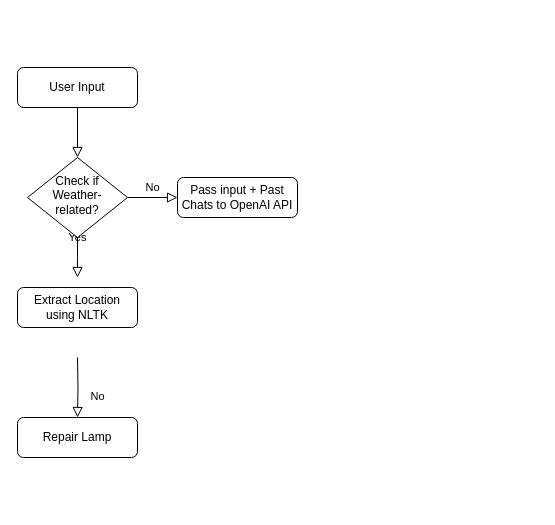
Above: Chatbot.drawio in Ashwinpillai9/AI-Chatbot-with-Weather-Integration (draw.io), before the change. Source tidied: cells renumbered, new cells numbered last; positions are measured from the earlier drawing's top-left corner, leaving out a move shared by most shapes. Both pictures are drawn from the tidied source at 100%, with x=0, y=0 at pixel (17, 67).
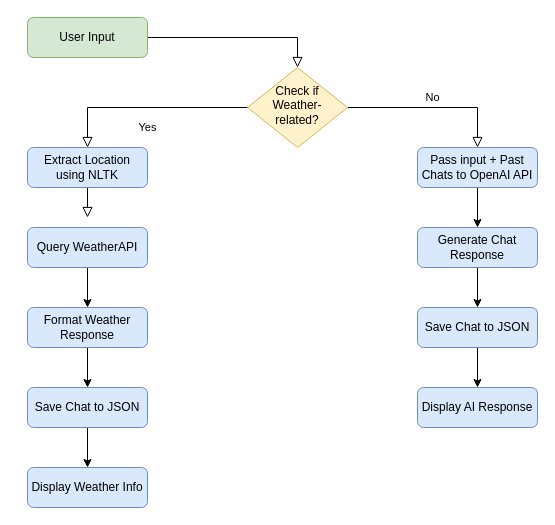
Above is the later version.

What changed in the source:
```diff
@@
-<mxGraphModel>
+<mxGraphModel background="#FFFFFF">
@@
-    <mxCell id="3" value="User Input" style="rounded=1;whiteSpace=wrap;html=1;fontSize=12;glass=0;strokeWidth=1;shadow=0;" parent="1" vertex="1">
-      <mxGeometry width="120" height="40" as="geometry" />
+    <mxCell id="3" value="User Input" style="rounded=1;whiteSpace=wrap;html=1;fontSize=12;glass=0;strokeWidth=1;shadow=0;fillColor=#d5e8d4;strokeColor=#82b366;" parent="1" vertex="1">
+      <mxGeometry x="10" y="-50" width="120" height="40" as="geometry" />
     </mxCell>
-    <mxCell id="4" value="Yes" style="rounded=0;html=1;jettySize=auto;fontSize=11;endArrow=block;endFill=0;endSize=8;strokeWidth=1;shadow=0;labelBackgroundColor=none;edgeStyle=orthogonalEdgeStyle;" parent="1" edge="1" source="6">
-      <mxGeometry y="20" relative="1" as="geometry">
-        <mxPoint x="60" y="210" as="targetPoint" />
-      </mxGeometry>
+    <mxCell id="4" value="Yes" style="rounded=0;html=1;jettySize=auto;fontSize=11;endArrow=block;endFill=0;endSize=8;strokeWidth=1;shadow=0;labelBackgroundColor=none;edgeStyle=orthogonalEdgeStyle;entryX=0.5;entryY=0;entryDx=0;entryDy=0;" parent="1" edge="1" source="6" target="10">
+      <mxGeometry y="20" relative="1" as="geometry" />
     </mxCell>
-    <mxCell id="5" value="No" style="edgeStyle=orthogonalEdgeStyle;rounded=0;html=1;jettySize=auto;fontSize=11;endArrow=block;endFill=0;endSize=8;strokeWidth=1;shadow=0;labelBackgroundColor=none;" parent="1" edge="1" source="6" target="7">
+    <mxCell id="5" value="No" style="edgeStyle=orthogonalEdgeStyle;rounded=0;html=1;jettySize=auto;fontSize=11;endArrow=block;endFill=0;endSize=8;strokeWidth=1;shadow=0;labelBackgroundColor=none;entryX=0.5;entryY=0;entryDx=0;entryDy=0;" parent="1" edge="1" source="6" target="7">
       <mxGeometry y="10" relative="1" as="geometry" />
     </mxCell>
-    <mxCell id="6" value="Check if Weather-related?" style="rhombus;whiteSpace=wrap;html=1;shadow=0;fontFamily=Helvetica;fontSize=12;align=center;strokeWidth=1;spacing=6;spacingTop=-4;" parent="1" vertex="1">
-      <mxGeometry x="10" y="90" width="100" height="80" as="geometry" />
+    <mxCell id="6" value="Check if Weather-related?" style="rhombus;whiteSpace=wrap;html=1;shadow=0;fontFamily=Helvetica;fontSize=12;align=center;strokeWidth=1;spacing=6;spacingTop=-4;fillColor=#fff2cc;strokeColor=#d6b656;" parent="1" vertex="1">
+      <mxGeometry x="230" width="100" height="80" as="geometry" />
     </mxCell>
+    <mxCell id="11" style="edgeStyle=orthogonalEdgeStyle;rounded=0;jettySize=auto;html=1;" parent="1" edge="1" source="7" target="15">
+      <mxGeometry relative="1" as="geometry" />
+    </mxCell>
-    <mxCell id="7" value="Pass input + Past Chats to OpenAI API" style="rounded=1;whiteSpace=wrap;html=1;fontSize=12;glass=0;strokeWidth=1;shadow=0;" parent="1" vertex="1">
-      <mxGeometry x="160" y="110" width="120" height="40" as="geometry" />
+    <mxCell id="7" value="Pass input + Past Chats to OpenAI API" style="rounded=1;whiteSpace=wrap;html=1;fontSize=12;glass=0;strokeWidth=1;shadow=0;fillColor=#dae8fc;strokeColor=#6c8ebf;" parent="1" vertex="1">
+      <mxGeometry x="400" y="80" width="120" height="40" as="geometry" />
     </mxCell>
-    <mxCell id="8" value="No" style="rounded=0;html=1;jettySize=auto;fontSize=11;endArrow=block;endFill=0;endSize=8;strokeWidth=1;shadow=0;labelBackgroundColor=none;edgeStyle=orthogonalEdgeStyle;" parent="1" edge="1" target="9">
+    <mxCell id="8" style="rounded=0;html=1;jettySize=auto;fontSize=11;endArrow=block;endFill=0;endSize=8;strokeWidth=1;shadow=0;labelBackgroundColor=none;edgeStyle=orthogonalEdgeStyle;exitX=0.5;exitY=1;exitDx=0;exitDy=0;" parent="1" edge="1" source="10">
       <mxGeometry x="0.33" y="20" relative="1" as="geometry">
-        <mxPoint x="60" y="290" as="sourcePoint" />
+        <mxPoint x="70" y="150" as="targetPoint" />
       </mxGeometry>
     </mxCell>
-    <mxCell id="9" value="Repair Lamp" style="rounded=1;whiteSpace=wrap;html=1;fontSize=12;glass=0;strokeWidth=1;shadow=0;" parent="1" vertex="1">
-      <mxGeometry y="350" width="120" height="40" as="geometry" />
-    </mxCell>
-    <mxCell id="10" value="Extract Location using NLTK" style="rounded=1;whiteSpace=wrap;html=1;fontSize=12;glass=0;strokeWidth=1;shadow=0;" parent="1" vertex="1">
-      <mxGeometry y="220" width="120" height="40" as="geometry" />
+    <mxCell id="10" value="Extract Location using NLTK" style="rounded=1;whiteSpace=wrap;html=1;fontSize=12;glass=0;strokeWidth=1;shadow=0;fillColor=#dae8fc;strokeColor=#6c8ebf;" parent="1" vertex="1">
+      <mxGeometry x="10" y="80" width="120" height="40" as="geometry" />
     </mxCell>
+    <mxCell id="12" style="edgeStyle=orthogonalEdgeStyle;rounded=0;jettySize=auto;html=1;" parent="1" edge="1" source="13" target="16">
+      <mxGeometry relative="1" as="geometry" />
+    </mxCell>
+    <mxCell id="13" value="Save Chat to JSON" style="rounded=1;whiteSpace=wrap;html=1;fontSize=12;glass=0;strokeWidth=1;shadow=0;fillColor=#dae8fc;strokeColor=#6c8ebf;" parent="1" vertex="1">
+      <mxGeometry x="400" y="240" width="120" height="40" as="geometry" />
+    </mxCell>
+    <mxCell id="14" style="edgeStyle=orthogonalEdgeStyle;rounded=0;jettySize=auto;html=1;" parent="1" edge="1" source="15" target="13">
+      <mxGeometry relative="1" as="geometry" />
+    </mxCell>
+    <mxCell id="15" value="Generate Chat Response" style="rounded=1;whiteSpace=wrap;html=1;fontSize=12;glass=0;strokeWidth=1;shadow=0;fillColor=#dae8fc;strokeColor=#6c8ebf;" parent="1" vertex="1">
+      <mxGeometry x="400" y="160" width="120" height="40" as="geometry" />
+    </mxCell>
+    <mxCell id="16" value="Display AI Response" style="rounded=1;whiteSpace=wrap;html=1;fontSize=12;glass=0;strokeWidth=1;shadow=0;fillColor=#dae8fc;strokeColor=#6c8ebf;" parent="1" vertex="1">
+      <mxGeometry x="400" y="320" width="120" height="40" as="geometry" />
+    </mxCell>
+    <mxCell id="17" style="edgeStyle=orthogonalEdgeStyle;rounded=0;jettySize=auto;html=1;" parent="1" edge="1" source="18" target="22">
+      <mxGeometry relative="1" as="geometry" />
+    </mxCell>
+    <mxCell id="18" value="Query WeatherAPI" style="rounded=1;whiteSpace=wrap;html=1;fontSize=12;glass=0;strokeWidth=1;shadow=0;fillColor=#dae8fc;strokeColor=#6c8ebf;" parent="1" vertex="1">
+      <mxGeometry x="10" y="160" width="120" height="40" as="geometry" />
+    </mxCell>
+    <mxCell id="19" style="edgeStyle=orthogonalEdgeStyle;rounded=0;jettySize=auto;html=1;" parent="1" edge="1" source="20" target="23">
+      <mxGeometry relative="1" as="geometry" />
+    </mxCell>
+    <mxCell id="20" value="Save Chat to JSON" style="rounded=1;whiteSpace=wrap;html=1;fontSize=12;glass=0;strokeWidth=1;shadow=0;fillColor=#dae8fc;strokeColor=#6c8ebf;" parent="1" vertex="1">
+      <mxGeometry x="10" y="320" width="120" height="40" as="geometry" />
+    </mxCell>
+    <mxCell id="21" style="edgeStyle=orthogonalEdgeStyle;rounded=0;jettySize=auto;html=1;" parent="1" edge="1" source="22" target="20">
+      <mxGeometry relative="1" as="geometry" />
+    </mxCell>
+    <mxCell id="22" value="Format Weather Response" style="rounded=1;whiteSpace=wrap;html=1;fontSize=12;glass=0;strokeWidth=1;shadow=0;fillColor=#dae8fc;strokeColor=#6c8ebf;" parent="1" vertex="1">
+      <mxGeometry x="10" y="240" width="120" height="40" as="geometry" />
+    </mxCell>
+    <mxCell id="23" value="Display Weather Info" style="rounded=1;whiteSpace=wrap;html=1;fontSize=12;glass=0;strokeWidth=1;shadow=0;fillColor=#dae8fc;strokeColor=#6c8ebf;" parent="1" vertex="1">
+      <mxGeometry x="10" y="400" width="120" height="40" as="geometry" />
+    </mxCell>
```
